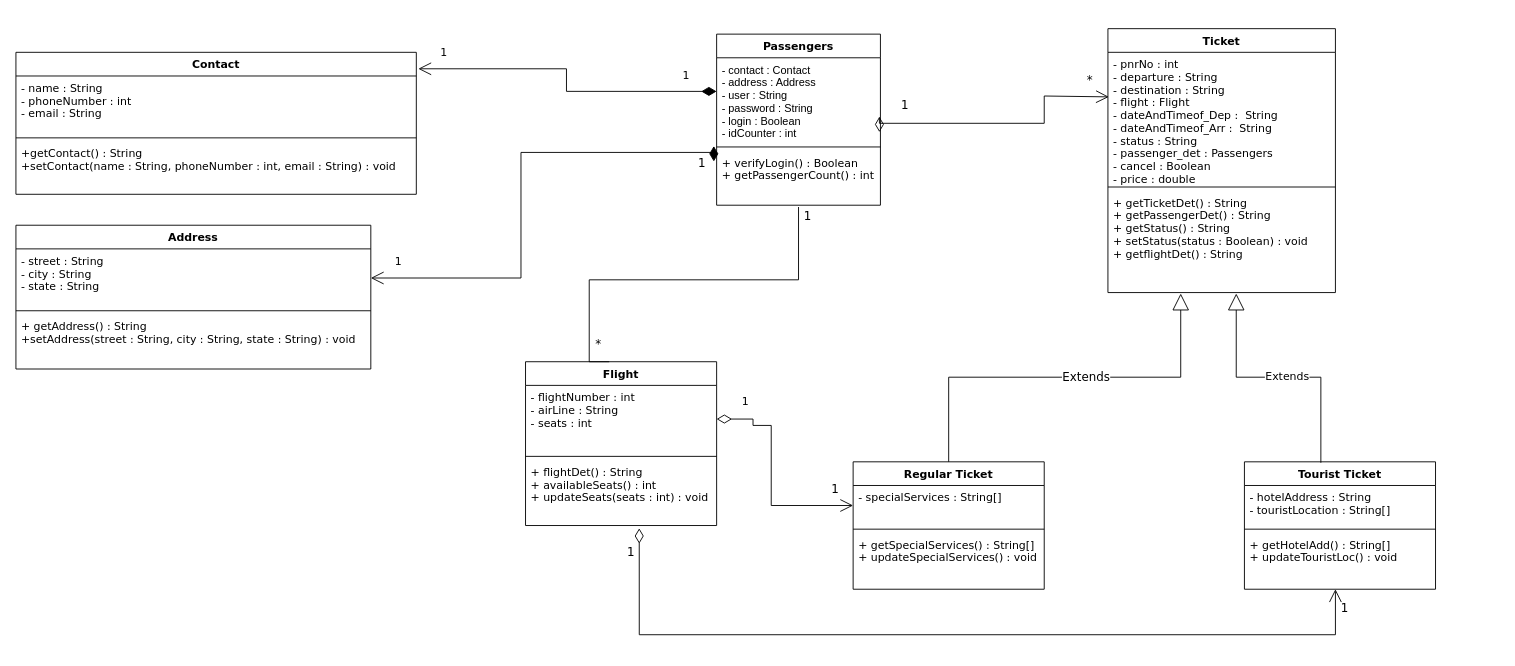
Saurav-Chowdhury/Flight-Reservation-System keeps this draw.io diagram as FRS_ClassDiagram.drawio. Above is the earlier version. Source tidied: cells renumbered, new cells numbered last; positions are measured from the earlier drawing's top-left corner, leaving out a move shared by most shapes. Both pictures are drawn from the tidied source at 91%, with x=0, y=0 at pixel (15, 28).
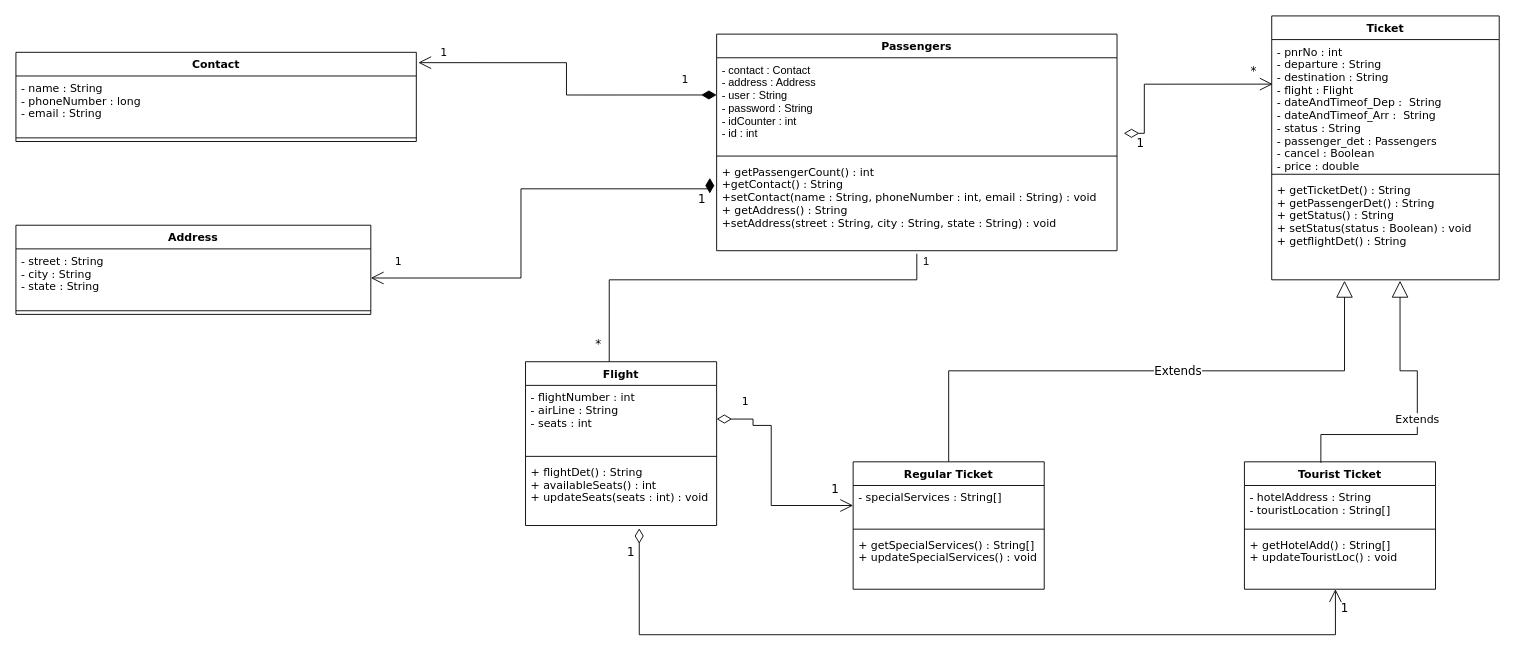
After the change.

The change refers to these unchanged cells:
```xml
<mxCell id="7" value="- street : String&#10;- city : String&#10;- state : String" style="text;strokeColor=none;fillColor=none;align=left;verticalAlign=top;spacingLeft=4;spacingRight=4;overflow=hidden;points=[[0,0.5],[1,0.5]];portConstraint=eastwest;fontFamily=Verdana;" parent="6" vertex="1">
  <mxGeometry y="26" width="390" height="64" as="geometry" />
</mxCell>
<mxCell id="15" value="- pnrNo : int&#10;- departure : String&#10;- destination : String&#10;- flight : Flight&#10;- dateAndTimeof_Dep :  String&#10;- dateAndTimeof_Arr :  String&#10;- status : String&#10;- passenger_det : Passengers&#10;- cancel : Boolean&#10;- price : double" style="text;strokeColor=none;fillColor=none;align=left;verticalAlign=top;spacingLeft=4;spacingRight=4;overflow=hidden;points=[[0,0.5],[1,0.5]];portConstraint=eastwest;fontFamily=Verdana;" parent="14" vertex="1">
  <mxGeometry y="26" width="250" height="144" as="geometry" />
</mxCell>
<mxCell id="17" value="+ getTicketDet() : String&#10;+ getPassengerDet() : String&#10;+ getStatus() : String&#10;+ setStatus(status : Boolean) : void&#10;+ getflightDet() : String" style="text;strokeColor=none;fillColor=none;align=left;verticalAlign=top;spacingLeft=4;spacingRight=4;overflow=hidden;points=[[0,0.5],[1,0.5]];portConstraint=eastwest;fontFamily=Verdana;" parent="14" vertex="1">
  <mxGeometry y="178" width="250" height="112" as="geometry" />
</mxCell>
<mxCell id="22" value="Tourist Ticket" style="swimlane;fontStyle=1;align=center;verticalAlign=top;horizontal=1;startSize=26;fontFamily=Verdana;" parent="1" vertex="1">
  <mxGeometry x="1350" y="476" width="210" height="140" as="geometry" />
</mxCell>
<mxCell id="26" value="Flight" style="swimlane;fontStyle=1;align=center;verticalAlign=top;horizontal=1;startSize=26;fontFamily=Verdana;fontSize=12;" parent="1" vertex="1">
  <mxGeometry x="560" y="366" width="210" height="180" as="geometry" />
</mxCell>
```

The edit, as a diff of the source:
```diff
@@
     <mxCell id="2" value="Contact" style="swimlane;fontStyle=1;align=center;verticalAlign=top;horizontal=1;startSize=26;fontFamily=Verdana;" parent="1" vertex="1">
-      <mxGeometry y="26" width="440" height="156" as="geometry" />
+      <mxGeometry y="26" width="440" height="98" as="geometry" />
     </mxCell>
-    <mxCell id="3" value="- name : String&#10;- phoneNumber : int&#10;- email : String" style="text;strokeColor=none;fillColor=none;align=left;verticalAlign=top;spacingLeft=4;spacingRight=4;overflow=hidden;fontFamily=Verdana;" parent="2" vertex="1">
+    <mxCell id="3" value="- name : String&#10;- phoneNumber : long&#10;- email : String" style="text;strokeColor=none;fillColor=none;align=left;verticalAlign=top;spacingLeft=4;spacingRight=4;overflow=hidden;fontFamily=Verdana;" parent="2" vertex="1">
       <mxGeometry y="26" width="440" height="64" as="geometry" />
     </mxCell>
@@
-    <mxCell id="5" value="+getContact() : String&#10;+setContact(name : String, phoneNumber : int, email : String) : void" style="text;strokeColor=none;fillColor=none;align=left;verticalAlign=top;spacingLeft=4;spacingRight=4;overflow=hidden;fontFamily=Verdana;" parent="2" vertex="1">
-      <mxGeometry y="98" width="440" height="58" as="geometry" />
-    </mxCell>
     <mxCell id="6" value="Address" style="swimlane;fontStyle=1;align=center;verticalAlign=top;horizontal=1;startSize=26;fontFamily=Verdana;" parent="1" vertex="1">
-      <mxGeometry y="216" width="390" height="158" as="geometry" />
+      <mxGeometry y="216" width="390" height="98" as="geometry" />
     </mxCell>
@@
-    <mxCell id="9" value="+ getAddress() : String&#10;+setAddress(street : String, city : String, state : String) : void" style="text;strokeColor=none;fillColor=none;align=left;verticalAlign=top;spacingLeft=4;spacingRight=4;overflow=hidden;fontFamily=Verdana;" parent="6" vertex="1">
-      <mxGeometry y="98" width="390" height="60" as="geometry" />
-    </mxCell>
@@
     <mxCell id="11" value="&lt;font style=&quot;font-size: 13px&quot;&gt;1&lt;/font&gt;" style="endArrow=open;html=1;endSize=12;startArrow=diamondThin;startSize=14;startFill=1;edgeStyle=orthogonalEdgeStyle;align=left;verticalAlign=bottom;rounded=0;fontFamily=Verdana;entryX=1;entryY=0.5;entryDx=0;entryDy=0;exitX=-0.017;exitY=0.2;exitDx=0;exitDy=0;exitPerimeter=0;" parent="1" edge="1" source="33" target="7">
       <mxGeometry x="-0.89" y="22" relative="1" as="geometry">
         <Array as="points">
-          <mxPoint x="555" y="136" />
+          <mxPoint x="763" y="176" />
+          <mxPoint x="555" y="176" />
           <mxPoint x="555" y="274" />
         </Array>
       </mxGeometry>
     </mxCell>
@@
     <mxCell id="14" value="Ticket" style="swimlane;fontStyle=1;align=center;verticalAlign=top;horizontal=1;startSize=26;fontFamily=Verdana;" parent="1" vertex="1">
-      <mxGeometry x="1200" width="250" height="290" as="geometry" />
+      <mxGeometry x="1380" y="-14" width="250" height="290" as="geometry" />
     </mxCell>
@@
     <mxCell id="30" value="Passengers" style="swimlane;fontStyle=1;align=center;verticalAlign=top;horizontal=1;startSize=26;fontFamily=Verdana;" parent="1" vertex="1">
-      <mxGeometry x="770" y="6" width="180" height="188" as="geometry" />
+      <mxGeometry x="770" y="6" width="440" height="238" as="geometry" />
     </mxCell>
-    <mxCell id="31" value="- contact : Contact&#10;- address : Address&#10;- user : String&#10;- password : String&#10;- login : Boolean&#10;- idCounter : int" style="text;strokeColor=none;fillColor=none;align=left;verticalAlign=top;spacingLeft=4;spacingRight=4;overflow=hidden;points=[[0,0.5],[1,0.5]];portConstraint=eastwest;" parent="30" vertex="1">
-      <mxGeometry y="26" width="180" height="94" as="geometry" />
+    <mxCell id="31" value="- contact : Contact&#10;- address : Address&#10;- user : String&#10;- password : String&#10;- idCounter : int&#10;- id : int" style="text;strokeColor=none;fillColor=none;align=left;verticalAlign=top;spacingLeft=4;spacingRight=4;overflow=hidden;points=[[0,0.5],[1,0.5]];portConstraint=eastwest;" parent="30" vertex="1">
+      <mxGeometry y="26" width="440" height="104" as="geometry" />
     </mxCell>
     <mxCell id="32" style="line;strokeWidth=1;fillColor=none;align=left;verticalAlign=middle;spacingTop=-1;spacingLeft=3;spacingRight=3;labelPosition=right;" parent="30" vertex="1">
-      <mxGeometry y="120" width="180" height="8" as="geometry" />
+      <mxGeometry y="130" width="440" height="8" as="geometry" />
     </mxCell>
-    <mxCell id="33" value="+ verifyLogin() : Boolean&#10;+ getPassengerCount() : int" style="text;strokeColor=none;fillColor=none;align=left;verticalAlign=top;spacingLeft=4;spacingRight=4;overflow=hidden;points=[[0,0.5],[1,0.5]];portConstraint=eastwest;fontFamily=Verdana;" parent="30" vertex="1">
-      <mxGeometry y="128" width="180" height="60" as="geometry" />
+    <mxCell id="33" value="+ getPassengerCount() : int&#10;+getContact() : String&#10;+setContact(name : String, phoneNumber : int, email : String) : void&#10;+ getAddress() : String&#10;+setAddress(street : String, city : String, state : String) : void" style="text;strokeColor=none;fillColor=none;align=left;verticalAlign=top;spacingLeft=4;spacingRight=4;overflow=hidden;points=[[0,0.5],[1,0.5]];portConstraint=eastwest;fontFamily=Verdana;" parent="30" vertex="1">
+      <mxGeometry y="138" width="440" height="100" as="geometry" />
     </mxCell>
@@
     <mxCell id="35" value="&lt;font style=&quot;font-size: 12px&quot;&gt;Extends&lt;/font&gt;" style="endArrow=block;endSize=16;endFill=0;html=1;rounded=0;fontFamily=Verdana;edgeStyle=orthogonalEdgeStyle;exitX=0.4;exitY=0.007;exitDx=0;exitDy=0;exitPerimeter=0;entryX=0.564;entryY=1.009;entryDx=0;entryDy=0;entryPerimeter=0;" parent="1" edge="1" source="22" target="17">
-      <mxGeometry x="-0.06" relative="1" as="geometry" />
+      <mxGeometry x="-0.06" relative="1" as="geometry">
+        <Array as="points">
+          <mxPoint x="1434" y="446" />
+          <mxPoint x="1540" y="446" />
+          <mxPoint x="1540" y="376" />
+          <mxPoint x="1521" y="376" />
+        </Array>
+      </mxGeometry>
     </mxCell>
@@
     <mxCell id="37" style="endArrow=none;html=1;edgeStyle=orthogonalEdgeStyle;rounded=0;fontFamily=Verdana;fontSize=13;entryX=0.5;entryY=1.033;entryDx=0;entryDy=0;entryPerimeter=0;exitX=0.438;exitY=0;exitDx=0;exitDy=0;exitPerimeter=0;" parent="1" edge="1" source="26" target="33">
       <mxGeometry relative="1" as="geometry">
         <Array as="points">
-          <mxPoint x="630" y="276" />
-          <mxPoint x="860" y="276" />
+          <mxPoint x="652" y="276" />
+          <mxPoint x="990" y="276" />
         </Array>
       </mxGeometry>
     </mxCell>
-    <mxCell id="38" value="1" style="text;html=1;align=center;verticalAlign=middle;strokeColor=none;fillColor=none;fontSize=13;fontFamily=Verdana;" parent="1" vertex="1">
-      <mxGeometry x="860" y="196" width="20" height="20" as="geometry" />
-    </mxCell>
@@
-    <mxCell id="41" value="&lt;font style=&quot;font-size: 13px&quot;&gt;1&lt;/font&gt;" style="endArrow=open;html=1;endSize=12;startArrow=diamondThin;startSize=14;startFill=0;edgeStyle=orthogonalEdgeStyle;align=left;verticalAlign=bottom;rounded=0;fontFamily=Verdana;fontSize=13;exitX=0.994;exitY=0.869;exitDx=0;exitDy=0;exitPerimeter=0;entryX=0.004;entryY=0.34;entryDx=0;entryDy=0;entryPerimeter=0;" parent="1" edge="1" source="31" target="15">
-      <mxGeometry x="-0.78" y="9" relative="1" as="geometry">
+    <mxCell id="41" value="&lt;font style=&quot;font-size: 13px&quot;&gt;1&lt;/font&gt;" style="endArrow=open;html=1;endSize=12;startArrow=diamondThin;startSize=14;startFill=0;edgeStyle=orthogonalEdgeStyle;align=left;verticalAlign=bottom;rounded=0;fontFamily=Verdana;fontSize=13;entryX=0.004;entryY=0.34;entryDx=0;entryDy=0;entryPerimeter=0;exitX=1.017;exitY=0.798;exitDx=0;exitDy=0;exitPerimeter=0;" parent="1" edge="1" source="31" target="15">
+      <mxGeometry x="-0.88" y="-21" relative="1" as="geometry">
         <Array as="points">
-          <mxPoint x="1130" y="104" />
-          <mxPoint x="1130" y="74" />
+          <mxPoint x="1240" y="115" />
+          <mxPoint x="1240" y="61" />
         </Array>
       </mxGeometry>
     </mxCell>
     <mxCell id="42" value="*" style="text;html=1;align=center;verticalAlign=middle;strokeColor=none;fillColor=none;fontSize=13;fontFamily=Verdana;" parent="1" vertex="1">
-      <mxGeometry x="1170" y="46" width="20" height="20" as="geometry" />
+      <mxGeometry x="1350" y="36" width="20" height="20" as="geometry" />
     </mxCell>
@@
+    <mxCell id="38" value="1" style="text;html=1;align=center;verticalAlign=middle;strokeColor=none;fillColor=none;" parent="1" vertex="1">
+      <mxGeometry x="990" y="246" width="20" height="20" as="geometry" />
+    </mxCell>
```
